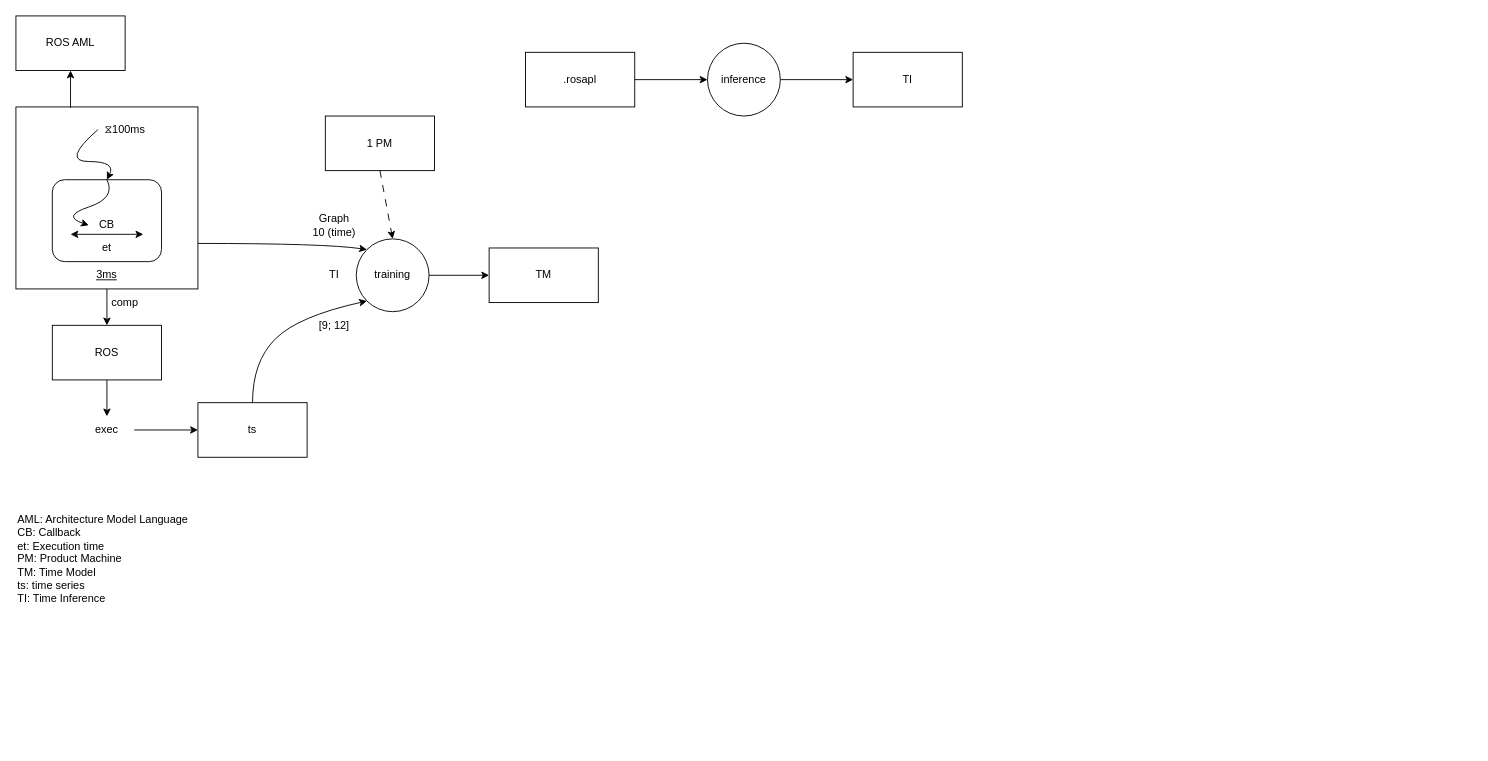
This is docs/temporal_model_hybridization.drawio from Colin-de-Seroux/temporal-model-hybridization, a draw.io file, before an edit. Source tidied: cells renumbered, new cells numbered last; positions are measured from the earlier drawing's top-left corner, leaving out a move shared by most shapes. Both pictures are drawn from the tidied source at 91%, with x=0, y=0 at pixel (15, 15).
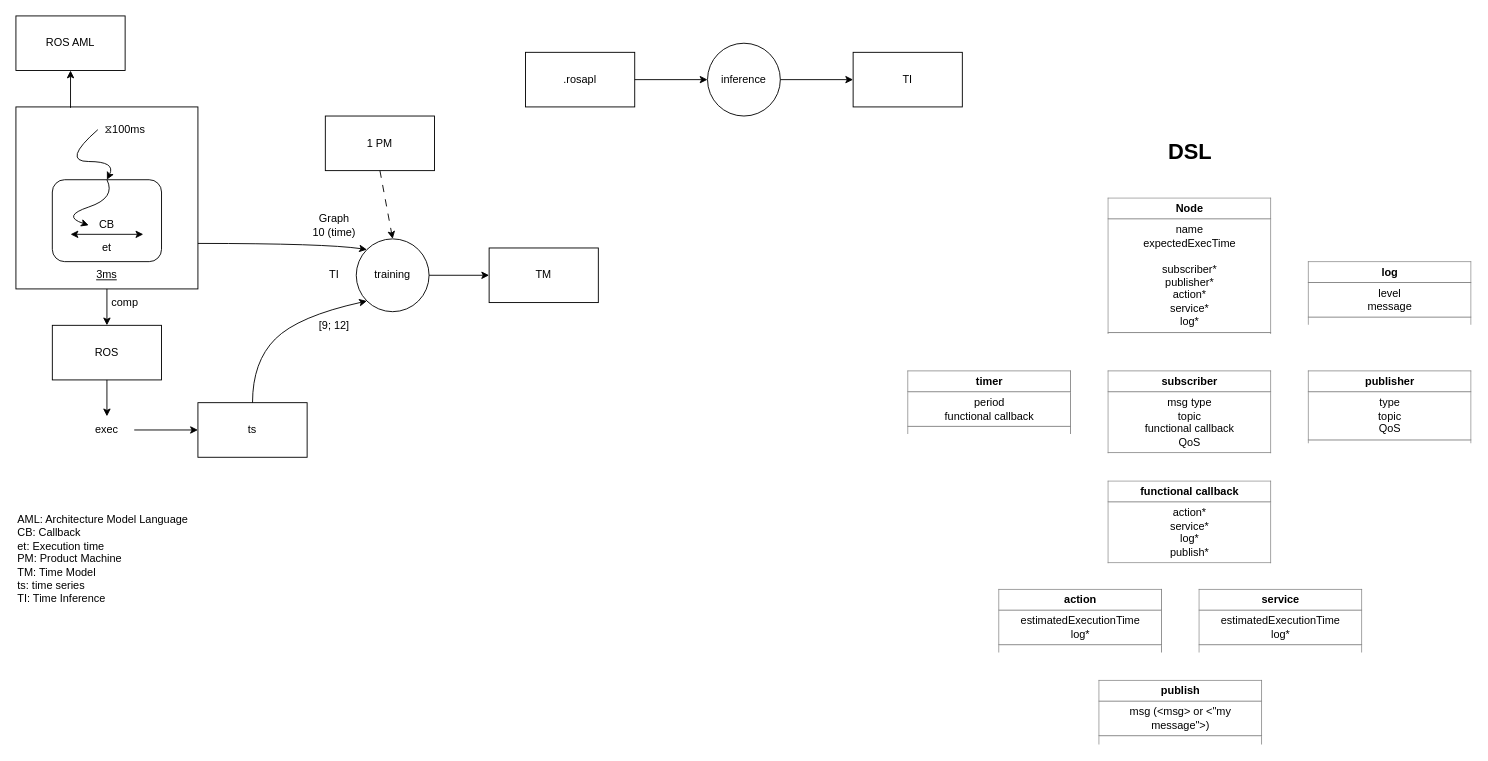
The same page after the edit.

Commit message (it also covers changes not shown here):
:memo: Add new graph for the DSL

:memo: Warning docs for docker error on writes rights of Logs dir

What changed in the source:
```diff
@@
+    <mxCell id="37" value="&lt;table border=&quot;1&quot; width=&quot;100%&quot; height=&quot;100%&quot; cellpadding=&quot;4&quot; style=&quot;width:100%;height:100%;border-collapse:collapse;&quot;&gt;&lt;tbody&gt;&lt;tr&gt;&lt;th align=&quot;center&quot;&gt;&lt;b&gt;Node&lt;/b&gt;&lt;/th&gt;&lt;/tr&gt;&lt;tr&gt;&lt;td align=&quot;center&quot;&gt;name&lt;br&gt;expectedExecTime&lt;br&gt;&lt;br&gt;subscriber*&lt;br&gt;publisher*&lt;br&gt;action*&lt;br&gt;service*&lt;br&gt;log*&lt;/td&gt;&lt;/tr&gt;&lt;tr&gt;&lt;td align=&quot;center&quot;&gt;&lt;br&gt;&lt;br&gt;&lt;/td&gt;&lt;/tr&gt;&lt;/tbody&gt;&lt;/table&gt;" style="text;html=1;whiteSpace=wrap;strokeColor=none;fillColor=none;overflow=fill;" parent="1" vertex="1">
+      <mxGeometry x="1200" y="200" width="180" height="150" as="geometry" />
+    </mxCell>
+    <mxCell id="38" value="&lt;table border=&quot;1&quot; width=&quot;100%&quot; height=&quot;100%&quot; cellpadding=&quot;4&quot; style=&quot;width:100%;height:100%;border-collapse:collapse;&quot;&gt;&lt;tbody&gt;&lt;tr&gt;&lt;th align=&quot;center&quot;&gt;&lt;b&gt;log&lt;/b&gt;&lt;/th&gt;&lt;/tr&gt;&lt;tr&gt;&lt;td align=&quot;center&quot;&gt;level&lt;br&gt;message&lt;/td&gt;&lt;/tr&gt;&lt;tr&gt;&lt;td align=&quot;center&quot;&gt;&lt;br&gt;&lt;br&gt;&lt;/td&gt;&lt;/tr&gt;&lt;/tbody&gt;&lt;/table&gt;" style="text;html=1;whiteSpace=wrap;strokeColor=none;fillColor=none;overflow=fill;verticalAlign=top;" parent="1" vertex="1">
+      <mxGeometry x="1420" y="270" width="180" height="70" as="geometry" />
+    </mxCell>
+    <mxCell id="39" value="&lt;table border=&quot;1&quot; width=&quot;100%&quot; height=&quot;100%&quot; cellpadding=&quot;4&quot; style=&quot;width:100%;height:100%;border-collapse:collapse;&quot;&gt;&lt;tbody&gt;&lt;tr&gt;&lt;th align=&quot;center&quot;&gt;subscriber&lt;/th&gt;&lt;/tr&gt;&lt;tr&gt;&lt;td align=&quot;center&quot;&gt;msg type&lt;br&gt;topic&lt;br&gt;functional callback&lt;br&gt;QoS&lt;/td&gt;&lt;/tr&gt;&lt;tr&gt;&lt;td align=&quot;center&quot;&gt;&lt;br&gt;&lt;br&gt;&lt;/td&gt;&lt;/tr&gt;&lt;/tbody&gt;&lt;/table&gt;" style="text;html=1;whiteSpace=wrap;strokeColor=none;fillColor=none;overflow=fill;verticalAlign=top;" parent="1" vertex="1">
+      <mxGeometry x="1200" y="390" width="180" height="91" as="geometry" />
+    </mxCell>
+    <mxCell id="40" value="&lt;table border=&quot;1&quot; width=&quot;100%&quot; height=&quot;100%&quot; cellpadding=&quot;4&quot; style=&quot;width:100%;height:100%;border-collapse:collapse;&quot;&gt;&lt;tbody&gt;&lt;tr&gt;&lt;th align=&quot;center&quot;&gt;publisher&lt;/th&gt;&lt;/tr&gt;&lt;tr&gt;&lt;td align=&quot;center&quot;&gt;type&lt;br&gt;topic&lt;br&gt;QoS&lt;/td&gt;&lt;/tr&gt;&lt;tr&gt;&lt;td align=&quot;center&quot;&gt;&lt;br&gt;&lt;br&gt;&lt;/td&gt;&lt;/tr&gt;&lt;/tbody&gt;&lt;/table&gt;" style="text;html=1;whiteSpace=wrap;strokeColor=none;fillColor=none;overflow=fill;verticalAlign=top;" parent="1" vertex="1">
+      <mxGeometry x="1420" y="390" width="180" height="80" as="geometry" />
+    </mxCell>
+    <mxCell id="41" value="&lt;table border=&quot;1&quot; width=&quot;100%&quot; height=&quot;100%&quot; cellpadding=&quot;4&quot; style=&quot;width:100%;height:100%;border-collapse:collapse;&quot;&gt;&lt;tbody&gt;&lt;tr&gt;&lt;th align=&quot;center&quot;&gt;functional callback&lt;/th&gt;&lt;/tr&gt;&lt;tr&gt;&lt;td align=&quot;center&quot;&gt;action*&lt;br&gt;service*&lt;br&gt;log*&lt;br&gt;publish*&lt;/td&gt;&lt;/tr&gt;&lt;tr&gt;&lt;td align=&quot;center&quot;&gt;&lt;br&gt;&lt;br&gt;&lt;/td&gt;&lt;/tr&gt;&lt;/tbody&gt;&lt;/table&gt;" style="text;html=1;whiteSpace=wrap;strokeColor=none;fillColor=none;overflow=fill;verticalAlign=top;" parent="1" vertex="1">
+      <mxGeometry x="1200" y="510.5" width="180" height="91" as="geometry" />
+    </mxCell>
+    <mxCell id="42" value="&lt;table border=&quot;1&quot; width=&quot;100%&quot; height=&quot;100%&quot; cellpadding=&quot;4&quot; style=&quot;width:100%;height:100%;border-collapse:collapse;&quot;&gt;&lt;tbody&gt;&lt;tr&gt;&lt;th align=&quot;center&quot;&gt;publish&lt;/th&gt;&lt;/tr&gt;&lt;tr&gt;&lt;td align=&quot;center&quot;&gt;msg (&amp;lt;msg&amp;gt; or &amp;lt;&quot;my message&quot;&amp;gt;)&lt;/td&gt;&lt;/tr&gt;&lt;tr&gt;&lt;td align=&quot;center&quot;&gt;&lt;br&gt;&lt;br&gt;&lt;/td&gt;&lt;/tr&gt;&lt;/tbody&gt;&lt;/table&gt;" style="text;html=1;whiteSpace=wrap;strokeColor=none;fillColor=none;overflow=fill;verticalAlign=top;" parent="1" vertex="1">
+      <mxGeometry x="1190" y="730" width="180" height="71" as="geometry" />
+    </mxCell>
+    <mxCell id="43" value="&lt;table border=&quot;1&quot; width=&quot;100%&quot; height=&quot;100%&quot; cellpadding=&quot;4&quot; style=&quot;width:100%;height:100%;border-collapse:collapse;&quot;&gt;&lt;tbody&gt;&lt;tr&gt;&lt;th align=&quot;center&quot;&gt;action&lt;/th&gt;&lt;/tr&gt;&lt;tr&gt;&lt;td align=&quot;center&quot;&gt;estimatedExecutionTime&lt;br&gt;log*&lt;/td&gt;&lt;/tr&gt;&lt;tr&gt;&lt;td align=&quot;center&quot;&gt;&lt;br&gt;&lt;br&gt;&lt;/td&gt;&lt;/tr&gt;&lt;/tbody&gt;&lt;/table&gt;" style="text;html=1;whiteSpace=wrap;strokeColor=none;fillColor=none;overflow=fill;verticalAlign=top;" parent="1" vertex="1">
+      <mxGeometry x="1080" y="630" width="180" height="70" as="geometry" />
+    </mxCell>
+    <mxCell id="44" value="&lt;table border=&quot;1&quot; width=&quot;100%&quot; height=&quot;100%&quot; cellpadding=&quot;4&quot; style=&quot;width:100%;height:100%;border-collapse:collapse;&quot;&gt;&lt;tbody&gt;&lt;tr&gt;&lt;th align=&quot;center&quot;&gt;service&lt;/th&gt;&lt;/tr&gt;&lt;tr&gt;&lt;td align=&quot;center&quot;&gt;estimatedExecutionTime&lt;br&gt;log*&lt;/td&gt;&lt;/tr&gt;&lt;tr&gt;&lt;td align=&quot;center&quot;&gt;&lt;br&gt;&lt;br&gt;&lt;/td&gt;&lt;/tr&gt;&lt;/tbody&gt;&lt;/table&gt;" style="text;html=1;whiteSpace=wrap;strokeColor=none;fillColor=none;overflow=fill;verticalAlign=top;" parent="1" vertex="1">
+      <mxGeometry x="1300" y="630" width="180" height="70" as="geometry" />
+    </mxCell>
+    <mxCell id="45" value="&lt;table border=&quot;1&quot; width=&quot;100%&quot; height=&quot;100%&quot; cellpadding=&quot;4&quot; style=&quot;width:100%;height:100%;border-collapse:collapse;&quot;&gt;&lt;tbody&gt;&lt;tr&gt;&lt;th align=&quot;center&quot;&gt;timer&lt;/th&gt;&lt;/tr&gt;&lt;tr&gt;&lt;td align=&quot;center&quot;&gt;period&lt;br&gt;functional callback&lt;/td&gt;&lt;/tr&gt;&lt;tr&gt;&lt;td align=&quot;center&quot;&gt;&lt;br&gt;&lt;br&gt;&lt;/td&gt;&lt;/tr&gt;&lt;/tbody&gt;&lt;/table&gt;" style="text;html=1;whiteSpace=wrap;strokeColor=none;fillColor=none;overflow=fill;verticalAlign=top;" parent="1" vertex="1">
+      <mxGeometry x="980" y="390" width="180" height="70" as="geometry" />
+    </mxCell>
+    <mxCell id="46" value="DSL" style="text;strokeColor=none;fillColor=none;html=1;fontSize=24;fontStyle=1;verticalAlign=middle;align=center;" parent="1" vertex="1">
+      <mxGeometry x="1240" y="130" width="100" height="40" as="geometry" />
+    </mxCell>
```
